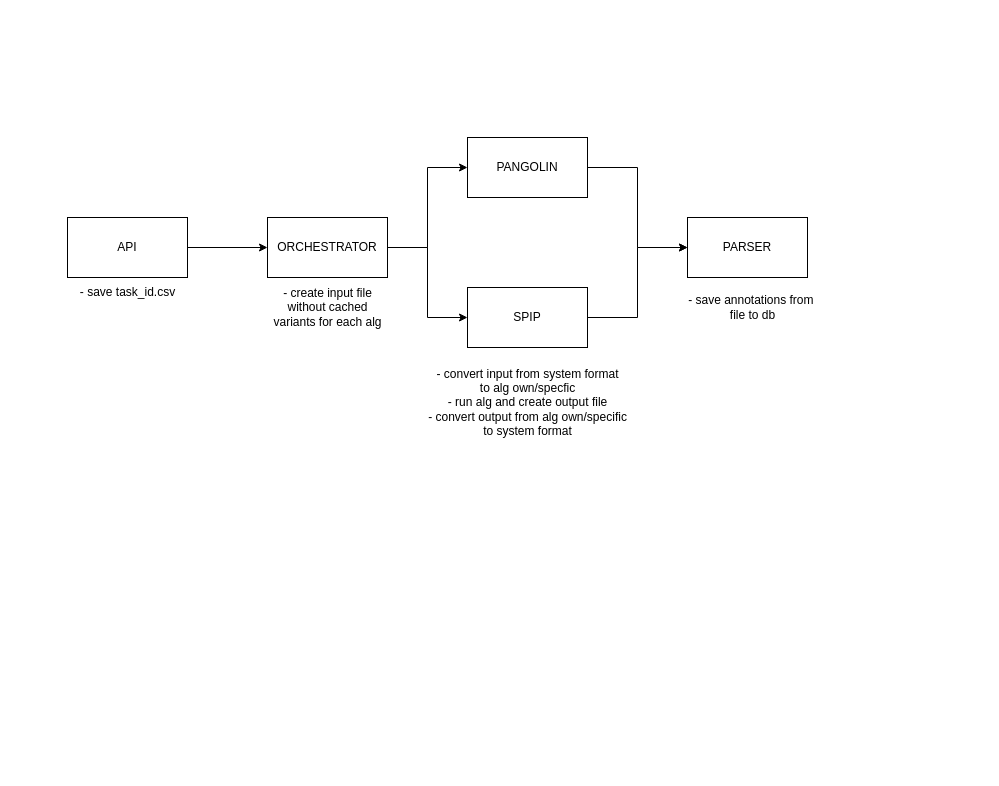
Earlier version of the draw.io diagram docs/flow.drawio (wz7475/genetics-app). Source tidied: cells renumbered, new cells numbered last; positions are measured from the earlier drawing's top-left corner, leaving out a move shared by most shapes. Both pictures are drawn from the tidied source at 100%, with x=0, y=0 at pixel (67, 137).
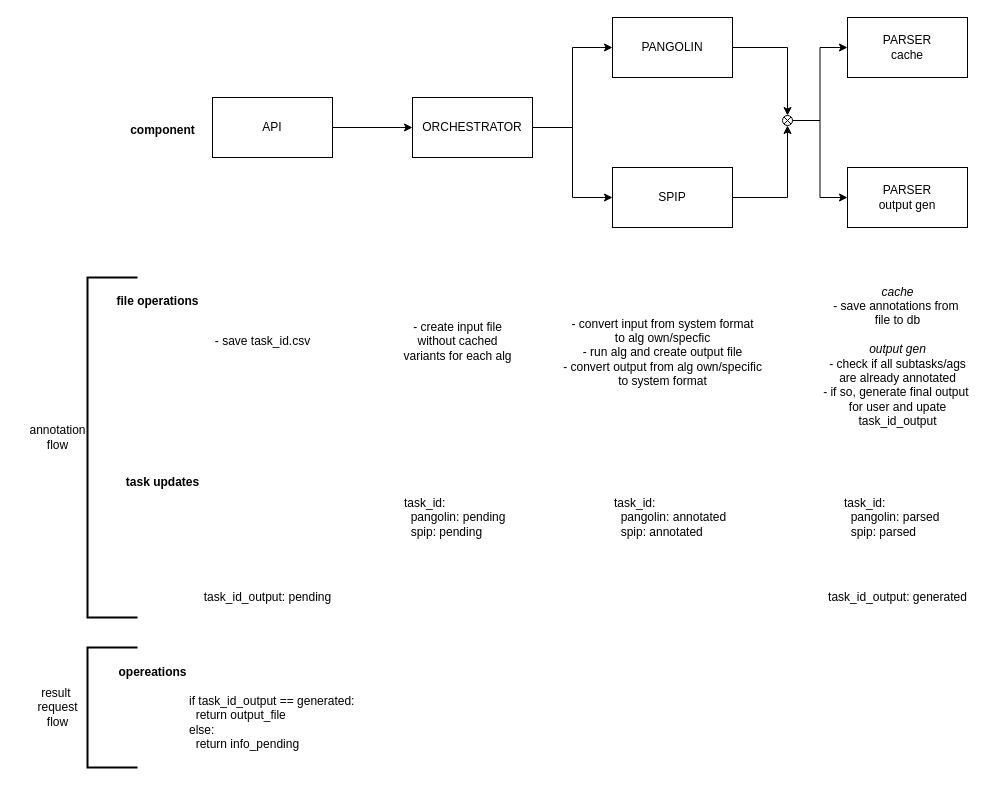
The same page after the edit.

Commit message (it also covers changes not shown here):
docs: add task system proposed architechture

Change to the diagram source:
```diff
@@
     <mxCell id="3" value="API" style="rounded=0;whiteSpace=wrap;html=1;" parent="1" vertex="1">
-      <mxGeometry y="80" width="120" height="60" as="geometry" />
+      <mxGeometry x="145" y="-40" width="120" height="60" as="geometry" />
     </mxCell>
@@
     <mxCell id="6" value="ORCHESTRATOR" style="rounded=0;whiteSpace=wrap;html=1;" parent="1" vertex="1">
-      <mxGeometry x="200" y="80" width="120" height="60" as="geometry" />
+      <mxGeometry x="345" y="-40" width="120" height="60" as="geometry" />
     </mxCell>
     <mxCell id="7" value="- save task_id.csv" style="text;html=1;align=center;verticalAlign=middle;strokeColor=none;fillColor=none;" parent="1" vertex="1">
-      <mxGeometry y="140" width="120" height="30" as="geometry" />
+      <mxGeometry x="135" y="189" width="120" height="30" as="geometry" />
     </mxCell>
     <mxCell id="8" value="- create input file &lt;br&gt;without cached &lt;br&gt;variants for each alg" style="text;html=1;align=center;verticalAlign=middle;strokeColor=none;fillColor=none;" parent="1" vertex="1">
-      <mxGeometry x="195" y="140" width="130" height="60" as="geometry" />
+      <mxGeometry x="325" y="174" width="130" height="60" as="geometry" />
     </mxCell>
-    <mxCell id="9" style="edgeStyle=orthogonalEdgeStyle;rounded=0;jettySize=auto;html=1;exitX=1;exitY=0.5;exitDx=0;exitDy=0;entryX=0;entryY=0.5;entryDx=0;entryDy=0;" parent="1" edge="1" source="10" target="14">
-      <mxGeometry relative="1" as="geometry" />
-    </mxCell>
     <mxCell id="10" value="PANGOLIN" style="rounded=0;whiteSpace=wrap;html=1;" parent="1" vertex="1">
-      <mxGeometry x="400" width="120" height="60" as="geometry" />
+      <mxGeometry x="545" y="-120" width="120" height="60" as="geometry" />
     </mxCell>
-    <mxCell id="11" style="edgeStyle=orthogonalEdgeStyle;rounded=0;jettySize=auto;html=1;exitX=1;exitY=0.5;exitDx=0;exitDy=0;entryX=0;entryY=0.5;entryDx=0;entryDy=0;" parent="1" edge="1" source="12" target="14">
-      <mxGeometry relative="1" as="geometry" />
-    </mxCell>
     <mxCell id="12" value="SPIP" style="rounded=0;whiteSpace=wrap;html=1;" parent="1" vertex="1">
-      <mxGeometry x="400" y="150" width="120" height="60" as="geometry" />
+      <mxGeometry x="545" y="30" width="120" height="60" as="geometry" />
     </mxCell>
     <mxCell id="13" value="- convert input from system format &lt;br&gt;to alg own/specfic&lt;br&gt;- run alg and create output file&lt;br&gt;- convert output from alg own/specific&lt;br&gt;to system format" style="text;html=1;align=center;verticalAlign=middle;strokeColor=none;fillColor=none;" parent="1" vertex="1">
-      <mxGeometry x="350" y="220" width="220" height="90" as="geometry" />
+      <mxGeometry x="485" y="170" width="220" height="90" as="geometry" />
     </mxCell>
-    <mxCell id="14" value="PARSER" style="rounded=0;whiteSpace=wrap;html=1;" parent="1" vertex="1">
-      <mxGeometry x="620" y="80" width="120" height="60" as="geometry" />
+    <mxCell id="14" value="PARSER&lt;br&gt;cache" style="rounded=0;whiteSpace=wrap;html=1;" parent="1" vertex="1">
+      <mxGeometry x="780" y="-120" width="120" height="60" as="geometry" />
     </mxCell>
-    <mxCell id="15" value="- save annotations from&amp;nbsp;&lt;br&gt;file to db" style="text;html=1;align=center;verticalAlign=middle;strokeColor=none;fillColor=none;" parent="1" vertex="1">
-      <mxGeometry x="610" y="150" width="150" height="40" as="geometry" />
+    <mxCell id="15" value="&lt;i&gt;cache&lt;/i&gt;&lt;br&gt;- save annotations from&amp;nbsp;&lt;br&gt;file to db&lt;br&gt;&lt;br&gt;&lt;i&gt;output gen&lt;br&gt;&lt;/i&gt;- check if all subtasks/ags&lt;br&gt;are already annotated&lt;br&gt;- if so, generate final output&amp;nbsp;&lt;br&gt;for user and upate &lt;br&gt;task_id_output" style="text;html=1;align=center;verticalAlign=middle;strokeColor=none;fillColor=none;" parent="1" vertex="1">
+      <mxGeometry x="745" y="139" width="170" height="160" as="geometry" />
     </mxCell>
+    <mxCell id="16" value="&lt;b&gt;component&lt;br&gt;&lt;/b&gt;" style="text;html=1;align=center;verticalAlign=middle;strokeColor=none;fillColor=none;" parent="1" vertex="1">
+      <mxGeometry x="50" y="-22" width="90" height="30" as="geometry" />
+    </mxCell>
+    <mxCell id="17" value="&lt;b&gt;file operations&lt;br&gt;&lt;/b&gt;" style="text;html=1;align=center;verticalAlign=middle;strokeColor=none;fillColor=none;" parent="1" vertex="1">
+      <mxGeometry x="35" y="149" width="110" height="30" as="geometry" />
+    </mxCell>
+    <mxCell id="18" value="&lt;b&gt;task updates&lt;br&gt;&lt;/b&gt;" style="text;html=1;align=center;verticalAlign=middle;strokeColor=none;fillColor=none;" parent="1" vertex="1">
+      <mxGeometry x="45" y="330" width="100" height="30" as="geometry" />
+    </mxCell>
+    <mxCell id="19" value="task_id:&lt;br&gt;&amp;nbsp; pangolin: pending&lt;br&gt;&amp;nbsp; spip: pending" style="text;html=1;align=left;verticalAlign=middle;strokeColor=none;fillColor=none;" parent="1" vertex="1">
+      <mxGeometry x="335" y="350" width="120" height="60" as="geometry" />
+    </mxCell>
+    <mxCell id="20" value="task_id:&lt;br&gt;&amp;nbsp; pangolin: annotated&lt;br&gt;&amp;nbsp; spip: annotated" style="text;html=1;align=left;verticalAlign=middle;strokeColor=none;fillColor=none;" parent="1" vertex="1">
+      <mxGeometry x="545" y="350" width="140" height="60" as="geometry" />
+    </mxCell>
+    <mxCell id="21" value="task_id:&lt;br&gt;&amp;nbsp; pangolin: parsed&lt;br&gt;&amp;nbsp; spip: parsed" style="text;html=1;align=left;verticalAlign=middle;strokeColor=none;fillColor=none;" parent="1" vertex="1">
+      <mxGeometry x="775" y="350" width="120" height="60" as="geometry" />
+    </mxCell>
+    <mxCell id="22" style="strokeWidth=2;html=1;shape=mxgraph.flowchart.annotation_1;align=left;" parent="1" vertex="1">
+      <mxGeometry x="20" y="140" width="50" height="340" as="geometry" />
+    </mxCell>
+    <mxCell id="23" value="annotation &lt;br&gt;flow" style="text;html=1;align=center;verticalAlign=middle;strokeColor=none;fillColor=none;" parent="1" vertex="1">
+      <mxGeometry x="-50" y="280" width="80" height="40" as="geometry" />
+    </mxCell>
+    <mxCell id="24" value="task_id_output: pending" style="text;html=1;align=center;verticalAlign=middle;strokeColor=none;fillColor=none;" parent="1" vertex="1">
+      <mxGeometry x="125" y="445" width="150" height="30" as="geometry" />
+    </mxCell>
+    <mxCell id="25" value="PARSER&lt;br&gt;output gen" style="rounded=0;whiteSpace=wrap;html=1;" parent="1" vertex="1">
+      <mxGeometry x="780" y="30" width="120" height="60" as="geometry" />
+    </mxCell>
+    <mxCell id="26" style="edgeStyle=orthogonalEdgeStyle;rounded=0;jettySize=auto;html=1;exitX=1;exitY=0.5;exitDx=0;exitDy=0;exitPerimeter=0;entryX=0;entryY=0.5;entryDx=0;entryDy=0;" parent="1" edge="1" source="28" target="14">
+      <mxGeometry relative="1" as="geometry" />
+    </mxCell>
+    <mxCell id="27" style="edgeStyle=orthogonalEdgeStyle;rounded=0;jettySize=auto;html=1;exitX=1;exitY=0.5;exitDx=0;exitDy=0;exitPerimeter=0;entryX=0;entryY=0.5;entryDx=0;entryDy=0;" parent="1" edge="1" source="28" target="25">
+      <mxGeometry relative="1" as="geometry" />
+    </mxCell>
+    <mxCell id="28" style="verticalLabelPosition=bottom;verticalAlign=top;html=1;shape=mxgraph.flowchart.or;" parent="1" vertex="1">
+      <mxGeometry x="715" y="-22" width="10" height="10" as="geometry" />
+    </mxCell>
+    <mxCell id="29" style="edgeStyle=orthogonalEdgeStyle;rounded=0;jettySize=auto;html=1;exitX=1;exitY=0.5;exitDx=0;exitDy=0;entryX=0.5;entryY=1;entryDx=0;entryDy=0;entryPerimeter=0;" parent="1" edge="1" source="12" target="28">
+      <mxGeometry relative="1" as="geometry" />
+    </mxCell>
+    <mxCell id="30" style="edgeStyle=orthogonalEdgeStyle;rounded=0;jettySize=auto;html=1;exitX=1;exitY=0.5;exitDx=0;exitDy=0;entryX=0.5;entryY=0;entryDx=0;entryDy=0;entryPerimeter=0;" parent="1" edge="1" source="10" target="28">
+      <mxGeometry relative="1" as="geometry" />
+    </mxCell>
+    <mxCell id="31" value="task_id_output: generated" style="text;html=1;align=center;verticalAlign=middle;strokeColor=none;fillColor=none;" parent="1" vertex="1">
+      <mxGeometry x="750" y="445" width="160" height="30" as="geometry" />
+    </mxCell>
+    <mxCell id="32" style="strokeWidth=2;html=1;shape=mxgraph.flowchart.annotation_1;align=left;" parent="1" vertex="1">
+      <mxGeometry x="20" y="510" width="50" height="120" as="geometry" />
+    </mxCell>
+    <mxCell id="33" value="result&amp;nbsp;&lt;br&gt;request&lt;br&gt;flow" style="text;html=1;align=center;verticalAlign=middle;strokeColor=none;fillColor=none;" parent="1" vertex="1">
+      <mxGeometry x="-40" y="540" width="60" height="60" as="geometry" />
+    </mxCell>
+    <mxCell id="34" value="&lt;b&gt;opereations&lt;br&gt;&lt;/b&gt;" style="text;html=1;align=center;verticalAlign=middle;strokeColor=none;fillColor=none;" parent="1" vertex="1">
+      <mxGeometry x="40" y="520" width="90" height="30" as="geometry" />
+    </mxCell>
+    <mxCell id="35" value="if task_id_output == generated:&lt;br&gt;&amp;nbsp; return output_file&lt;br&gt;else:&lt;br&gt;&amp;nbsp; return info_pending&lt;br&gt;" style="text;html=1;align=left;verticalAlign=middle;strokeColor=none;fillColor=none;" parent="1" vertex="1">
+      <mxGeometry x="120" y="550" width="190" height="70" as="geometry" />
+    </mxCell>
```
